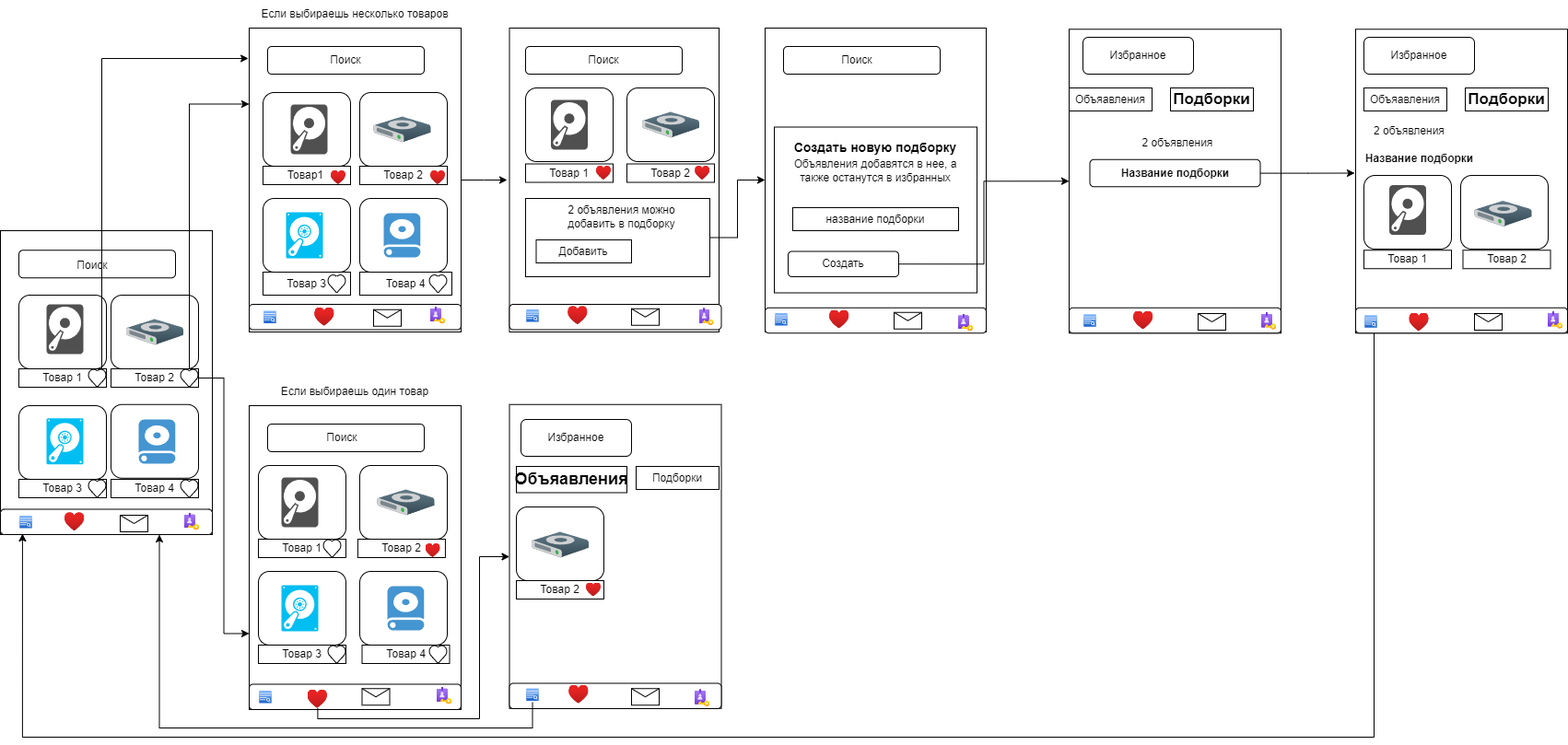
Above: Kucher_Maxim/Task2.png in abdullahproff/BSA21_1 (draw.io), before the change. Source tidied: cells renumbered, new cells last; positions are measured from the earlier drawing's top-left corner, leaving out a move shared by most shapes.
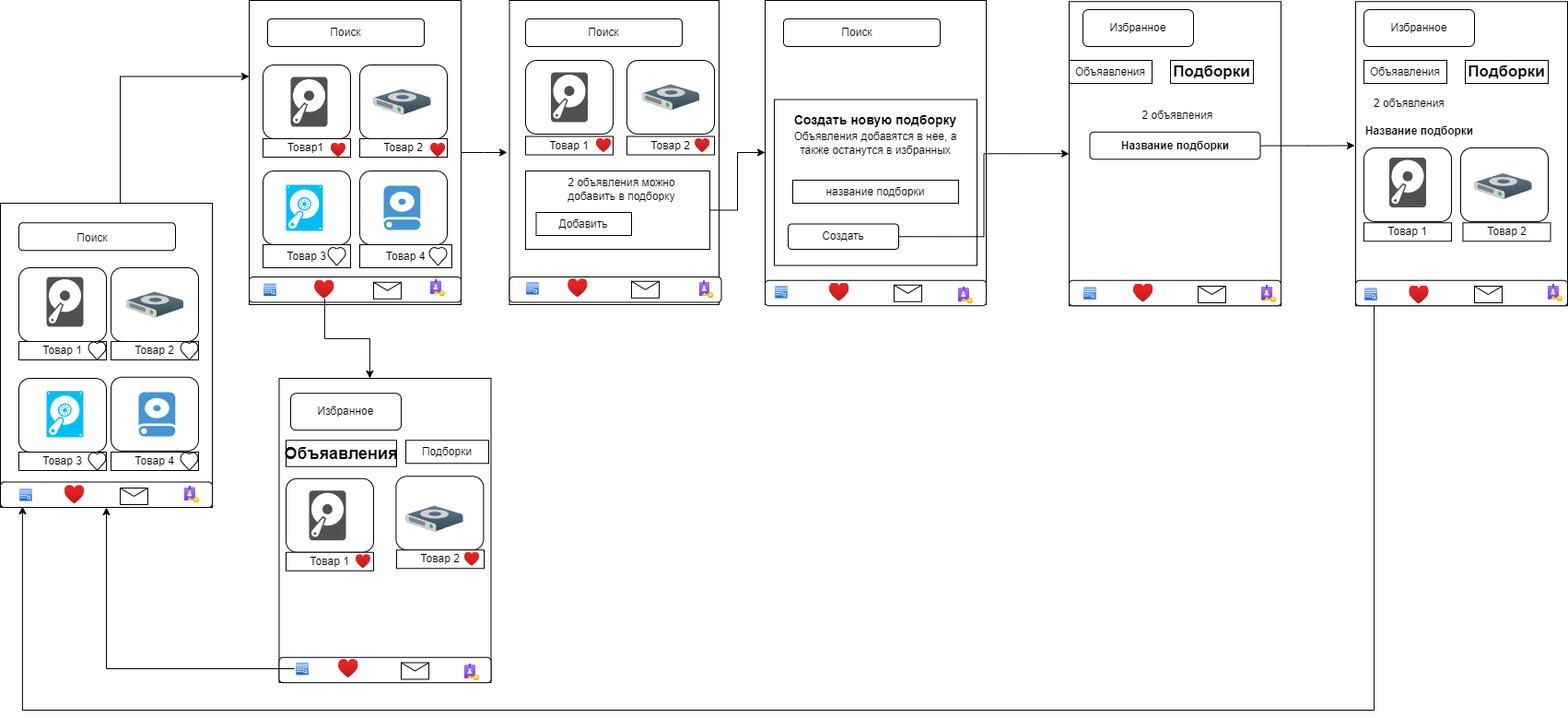
After the commit.

What changed in the source:
```diff
@@ -190,139 +190,47 @@
     <mxCell id="63" style="image;html=1;align=center;fontSize=12;image=img/lib/azure2/identity/PIM.svg;" parent="1" vertex="1">
       <mxGeometry x="1369.1" y="339.5" width="15.9" height="18" as="geometry" />
     </mxCell>
-    <mxCell id="64" style="rounded=0;whiteSpace=wrap;html=1;" parent="1" vertex="1">
-      <mxGeometry x="270" y="440" width="230" height="330" as="geometry" />
-    </mxCell>
-    <mxCell id="65" style="rounded=1;whiteSpace=wrap;html=1;" parent="1" vertex="1">
-      <mxGeometry x="290" y="460" width="170" height="30" as="geometry" />
-    </mxCell>
-    <mxCell id="66" value="Поиск" style="text;html=1;align=center;verticalAlign=middle;whiteSpace=wrap;rounded=0;" parent="1" vertex="1">
-      <mxGeometry x="341.2" y="460" width="60" height="30" as="geometry" />
-    </mxCell>
-    <mxCell id="67" style="rounded=1;whiteSpace=wrap;html=1;" parent="1" vertex="1">
-      <mxGeometry x="280" y="505" width="95" height="80" as="geometry" />
-    </mxCell>
-    <mxCell id="68" style="rounded=1;whiteSpace=wrap;html=1;" parent="1" vertex="1">
-      <mxGeometry x="390" y="505" width="95" height="80" as="geometry" />
-    </mxCell>
-    <mxCell id="69" style="rounded=1;whiteSpace=wrap;html=1;" parent="1" vertex="1">
-      <mxGeometry x="280" y="620" width="95" height="80" as="geometry" />
-    </mxCell>
-    <mxCell id="70" style="rounded=1;whiteSpace=wrap;html=1;" parent="1" vertex="1">
-      <mxGeometry x="390" y="620" width="95" height="80" as="geometry" />
-    </mxCell>
-    <mxCell id="71" value="Товар 1" style="rounded=0;whiteSpace=wrap;html=1;" parent="1" vertex="1">
-      <mxGeometry x="280" y="585" width="95" height="20" as="geometry" />
-    </mxCell>
-    <mxCell id="72" value="Товар 2" style="rounded=0;whiteSpace=wrap;html=1;" parent="1" vertex="1">
-      <mxGeometry x="387.9" y="585" width="95" height="20" as="geometry" />
-    </mxCell>
-    <mxCell id="73" value="Товар 3" style="rounded=0;whiteSpace=wrap;html=1;" parent="1" vertex="1">
-      <mxGeometry x="280" y="700" width="95" height="20" as="geometry" />
-    </mxCell>
-    <mxCell id="74" value="Товар 4" style="rounded=0;whiteSpace=wrap;html=1;" parent="1" vertex="1">
-      <mxGeometry x="392.5" y="700" width="95" height="20" as="geometry" />
-    </mxCell>
-    <mxCell id="75" style="sketch=0;shadow=0;dashed=0;html=1;strokeColor=none;fillColor=#505050;labelPosition=center;verticalLabelPosition=bottom;verticalAlign=top;align=center;shape=mxgraph.office.devices.hard_disk;" parent="1" vertex="1">
-      <mxGeometry x="305" y="518" width="40" height="54" as="geometry" />
-    </mxCell>
-    <mxCell id="76" style="shadow=0;dashed=0;html=1;labelPosition=center;verticalLabelPosition=bottom;verticalAlign=top;align=center;shape=mxgraph.veeam.3d.hard_drive;fillColor=#637D8A;gradientColor=#324752;strokeColor=none;" parent="1" vertex="1">
-      <mxGeometry x="409" y="531" width="62" height="28" as="geometry" />
-    </mxCell>
-    <mxCell id="77" style="verticalLabelPosition=bottom;html=1;verticalAlign=top;align=center;strokeColor=none;fillColor=#00BEF2;shape=mxgraph.azure.vhd;" parent="1" vertex="1">
-      <mxGeometry x="305" y="635" width="40" height="50" as="geometry" />
-    </mxCell>
-    <mxCell id="78" style="shadow=0;dashed=0;html=1;strokeColor=none;fillColor=#4495D1;labelPosition=center;verticalLabelPosition=bottom;verticalAlign=top;align=center;shape=mxgraph.veeam.2d.hard_drive;" parent="1" vertex="1">
-      <mxGeometry x="420" y="636" width="40" height="48" as="geometry" />
-    </mxCell>
-    <mxCell id="79" style="rounded=1;whiteSpace=wrap;html=1;" parent="1" vertex="1">
-      <mxGeometry x="270" y="742.5" width="230" height="27.5" as="geometry" />
-    </mxCell>
-    <mxCell id="80" style="verticalLabelPosition=bottom;verticalAlign=top;html=1;shadow=0;dashed=0;strokeWidth=1;shape=mxgraph.ios.iSortFindIcon;fillColor=#8BbEff;fillColor2=#135Ec8;strokeColor=#ffffff;sketch=0;" parent="1" vertex="1">
-      <mxGeometry x="280" y="748.8" width="15" height="15" as="geometry" />
-    </mxCell>
-    <mxCell id="81" style="edgeStyle=orthogonalEdgeStyle;rounded=0;jettySize=auto;html=1;" parent="1" edge="1" source="82" target="90">
-      <mxGeometry relative="1" as="geometry">
-        <Array as="points">
-          <mxPoint x="344" y="780" />
-          <mxPoint x="520" y="780" />
-          <mxPoint x="520" y="604" />
-        </Array>
-      </mxGeometry>
-    </mxCell>
-    <mxCell id="82" style="image;html=1;points=[];align=center;fontSize=12;image=img/lib/azure2/general/Heart.svg;" parent="1" vertex="1">
-      <mxGeometry x="333.7" y="748.8" width="21.3" height="20" as="geometry" />
-    </mxCell>
-    <mxCell id="83" style="shape=message;html=1;html=1;labelPosition=center;verticalLabelPosition=bottom;align=center;verticalAlign=top;" parent="1" vertex="1">
-      <mxGeometry x="392.5" y="747.2" width="30" height="18" as="geometry" />
-    </mxCell>
-    <mxCell id="84" style="image;html=1;align=center;fontSize=12;image=img/lib/azure2/identity/PIM.svg;" parent="1" vertex="1">
-      <mxGeometry x="474.1" y="746.2" width="15.9" height="18" as="geometry" />
-    </mxCell>
-    <mxCell id="85" style="verticalLabelPosition=bottom;verticalAlign=top;html=1;shape=mxgraph.basic.heart;" parent="1" vertex="1">
-      <mxGeometry x="355" y="700" width="20" height="20" as="geometry" />
-    </mxCell>
-    <mxCell id="86" style="verticalLabelPosition=bottom;verticalAlign=top;html=1;shape=mxgraph.basic.heart;" parent="1" vertex="1">
-      <mxGeometry x="465" y="700" width="20" height="20" as="geometry" />
-    </mxCell>
-    <mxCell id="87" style="verticalLabelPosition=bottom;verticalAlign=top;html=1;shape=mxgraph.basic.heart;" parent="1" vertex="1">
-      <mxGeometry x="350" y="585" width="20" height="20" as="geometry" />
-    </mxCell>
-    <mxCell id="88" value="Если выбираешь несколько товаров" style="text;html=1;align=center;verticalAlign=middle;whiteSpace=wrap;rounded=0;" parent="1" vertex="1">
-      <mxGeometry x="270" width="230" height="30" as="geometry" />
-    </mxCell>
-    <mxCell id="89" value="Если выбираешь один товар" style="text;html=1;align=center;verticalAlign=middle;whiteSpace=wrap;rounded=0;" parent="1" vertex="1">
-      <mxGeometry x="270" y="410" width="230" height="30" as="geometry" />
-    </mxCell>
     <mxCell id="90" style="rounded=0;whiteSpace=wrap;html=1;" parent="1" vertex="1">
-      <mxGeometry x="552.5" y="438.8" width="230" height="330" as="geometry" />
+      <mxGeometry x="302.5" y="440" width="230" height="330" as="geometry" />
     </mxCell>
     <mxCell id="91" value="Избранное" style="rounded=1;whiteSpace=wrap;html=1;" parent="1" vertex="1">
-      <mxGeometry x="565" y="455" width="120" height="40" as="geometry" />
+      <mxGeometry x="315" y="456.2" width="120" height="40" as="geometry" />
     </mxCell>
     <mxCell id="92" value="&lt;font style=&quot;font-size: 18px;&quot;&gt;&lt;b&gt;Объяавления&lt;/b&gt;&lt;/font&gt;" style="rounded=0;whiteSpace=wrap;html=1;" parent="1" vertex="1">
-      <mxGeometry x="560" y="506" width="120" height="28.5" as="geometry" />
+      <mxGeometry x="310" y="507.2" width="120" height="28.5" as="geometry" />
     </mxCell>
     <mxCell id="93" value="&lt;font style=&quot;font-size: 12px;&quot;&gt;Подборки&lt;/font&gt;" style="rounded=0;whiteSpace=wrap;html=1;" parent="1" vertex="1">
-      <mxGeometry x="690" y="506" width="90" height="25" as="geometry" />
+      <mxGeometry x="440" y="507.2" width="90" height="25" as="geometry" />
     </mxCell>
     <mxCell id="94" style="rounded=1;whiteSpace=wrap;html=1;" parent="1" vertex="1">
-      <mxGeometry x="560" y="550" width="95" height="80" as="geometry" />
+      <mxGeometry x="429.4" y="546.2" width="95" height="80" as="geometry" />
     </mxCell>
     <mxCell id="95" value="Товар 2" style="rounded=0;whiteSpace=wrap;html=1;" parent="1" vertex="1">
-      <mxGeometry x="560" y="630" width="95" height="20" as="geometry" />
+      <mxGeometry x="430" y="626.2" width="95" height="20" as="geometry" />
     </mxCell>
     <mxCell id="96" style="shadow=0;dashed=0;html=1;labelPosition=center;verticalLabelPosition=bottom;verticalAlign=top;align=center;shape=mxgraph.veeam.3d.hard_drive;fillColor=#637D8A;gradientColor=#324752;strokeColor=none;" parent="1" vertex="1">
-      <mxGeometry x="576.5" y="577" width="62" height="28" as="geometry" />
+      <mxGeometry x="440" y="578.2" width="62" height="28" as="geometry" />
     </mxCell>
     <mxCell id="97" style="rounded=1;whiteSpace=wrap;html=1;" parent="1" vertex="1">
-      <mxGeometry x="552.5" y="741.5" width="230" height="27.5" as="geometry" />
+      <mxGeometry x="302.5" y="742.8" width="230" height="27.5" as="geometry" />
     </mxCell>
-    <mxCell id="98" style="edgeStyle=orthogonalEdgeStyle;rounded=0;jettySize=auto;html=1;entryX=0.75;entryY=1;entryDx=0;entryDy=0;" parent="1" edge="1" source="99" target="130">
-      <mxGeometry relative="1" as="geometry">
-        <Array as="points">
-          <mxPoint x="578" y="790" />
-          <mxPoint x="173" y="790" />
-        </Array>
-      </mxGeometry>
-    </mxCell>
+    <mxCell id="162" style="edgeStyle=orthogonalEdgeStyle;rounded=0;jettySize=auto;html=1;" parent="1" edge="1" source="99" target="109">
+      <mxGeometry relative="1" as="geometry" />
+    </mxCell>
     <mxCell id="99" style="verticalLabelPosition=bottom;verticalAlign=top;html=1;shadow=0;dashed=0;strokeWidth=1;shape=mxgraph.ios.iSortFindIcon;fillColor=#8BbEff;fillColor2=#135Ec8;strokeColor=#ffffff;sketch=0;" parent="1" vertex="1">
-      <mxGeometry x="570" y="746.2" width="15" height="15" as="geometry" />
+      <mxGeometry x="320" y="747.5" width="15" height="15" as="geometry" />
     </mxCell>
     <mxCell id="100" style="image;html=1;align=center;fontSize=12;image=img/lib/azure2/general/Heart.svg;" parent="1" vertex="1">
-      <mxGeometry x="617.2" y="743.8" width="21.3" height="20" as="geometry" />
+      <mxGeometry x="367.2" y="745" width="21.3" height="20" as="geometry" />
     </mxCell>
     <mxCell id="101" style="shape=message;html=1;html=1;labelPosition=center;verticalLabelPosition=bottom;align=center;verticalAlign=top;" parent="1" vertex="1">
-      <mxGeometry x="685" y="747.2" width="30" height="18" as="geometry" />
+      <mxGeometry x="435" y="748.5" width="30" height="18" as="geometry" />
     </mxCell>
     <mxCell id="102" style="image;html=1;align=center;fontSize=12;image=img/lib/azure2/identity/PIM.svg;" parent="1" vertex="1">
-      <mxGeometry x="754.1" y="748.8" width="15.9" height="18" as="geometry" />
+      <mxGeometry x="504.1" y="750" width="15.9" height="18" as="geometry" />
     </mxCell>
-    <mxCell id="103" style="image;html=1;align=center;fontSize=12;image=img/lib/azure2/general/Heart.svg;" parent="1" vertex="1">
-      <mxGeometry x="461.6" y="590" width="16" height="15" as="geometry" />
-    </mxCell>
     <mxCell id="104" style="image;html=1;align=center;fontSize=12;image=img/lib/azure2/general/Heart.svg;" parent="1" vertex="1">
-      <mxGeometry x="636" y="632.5" width="16" height="15" as="geometry" />
+      <mxGeometry x="504" y="628.8" width="16" height="15" as="geometry" />
     </mxCell>
     <mxCell id="105" style="image;html=1;align=center;fontSize=12;image=img/lib/azure2/general/Heart.svg;" parent="1" vertex="1">
       <mxGeometry x="467.1" y="185" width="16" height="15" as="geometry" />
@@ -336,6 +244,13 @@
     <mxCell id="108" style="image;html=1;align=center;fontSize=12;image=img/lib/azure2/general/Heart.svg;" parent="1" vertex="1">
       <mxGeometry x="754.1" y="180" width="16" height="15" as="geometry" />
     </mxCell>
+    <mxCell id="163" style="edgeStyle=orthogonalEdgeStyle;rounded=0;jettySize=auto;html=1;entryX=0;entryY=0.25;entryDx=0;entryDy=0;" parent="1" edge="1" source="109" target="3">
+      <mxGeometry relative="1" as="geometry">
+        <Array as="points">
+          <mxPoint x="130" y="113" />
+        </Array>
+      </mxGeometry>
+    </mxCell>
     <mxCell id="109" style="rounded=0;whiteSpace=wrap;html=1;" parent="1" vertex="1">
       <mxGeometry y="250" width="230" height="330" as="geometry" />
     </mxCell>
@@ -372,16 +287,6 @@
     <mxCell id="120" style="verticalLabelPosition=bottom;verticalAlign=top;html=1;shape=mxgraph.basic.heart;" parent="1" vertex="1">
       <mxGeometry x="95" y="400" width="20" height="20" as="geometry" />
     </mxCell>
-    <mxCell id="121" style="edgeStyle=orthogonalEdgeStyle;rounded=0;jettySize=auto;html=1;entryX=0;entryY=0.25;entryDx=0;entryDy=0;" parent="1" edge="1" source="123" target="3">
-      <mxGeometry relative="1" as="geometry">
-        <Array as="points">
-          <mxPoint x="205" y="113" />
-        </Array>
-      </mxGeometry>
-    </mxCell>
-    <mxCell id="122" style="edgeStyle=orthogonalEdgeStyle;rounded=0;jettySize=auto;html=1;entryX=0;entryY=0.75;entryDx=0;entryDy=0;" parent="1" edge="1" source="123" target="64">
-      <mxGeometry relative="1" as="geometry" />
-    </mxCell>
     <mxCell id="123" style="verticalLabelPosition=bottom;verticalAlign=top;html=1;shape=mxgraph.basic.heart;" parent="1" vertex="1">
       <mxGeometry x="195" y="400" width="20" height="20" as="geometry" />
     </mxCell>
@@ -418,13 +323,6 @@
     <mxCell id="134" style="image;html=1;align=center;fontSize=12;image=img/lib/azure2/identity/PIM.svg;" parent="1" vertex="1">
       <mxGeometry x="200" y="557.2" width="15.9" height="18" as="geometry" />
     </mxCell>
-    <mxCell id="135" style="edgeStyle=orthogonalEdgeStyle;rounded=0;jettySize=auto;html=1;entryX=-0.004;entryY=0.1;entryDx=0;entryDy=0;entryPerimeter=0;" parent="1" edge="1" source="120" target="3">
-      <mxGeometry relative="1" as="geometry">
-        <Array as="points">
-          <mxPoint x="110" y="63" />
-        </Array>
-      </mxGeometry>
-    </mxCell>
     <mxCell id="136" style="edgeStyle=orthogonalEdgeStyle;rounded=0;jettySize=auto;html=1;entryX=0.104;entryY=0.964;entryDx=0;entryDy=0;entryPerimeter=0;exitX=0.6;exitY=0.533;exitDx=0;exitDy=0;exitPerimeter=0;" parent="1" edge="1" source="148" target="130">
       <mxGeometry relative="1" as="geometry">
         <Array as="points">
@@ -511,5 +409,20 @@
     <mxCell id="161" style="image;html=1;align=center;fontSize=12;image=img/lib/azure2/identity/PIM.svg;" parent="1" vertex="1">
       <mxGeometry x="1040" y="341" width="15.9" height="18" as="geometry" />
     </mxCell>
+    <mxCell id="164" style="rounded=1;whiteSpace=wrap;html=1;" parent="1" vertex="1">
+      <mxGeometry x="310" y="548.8" width="95" height="80" as="geometry" />
+    </mxCell>
+    <mxCell id="71" value="Товар 1" style="rounded=0;whiteSpace=wrap;html=1;" parent="1" vertex="1">
+      <mxGeometry x="310" y="628.8" width="95" height="20" as="geometry" />
+    </mxCell>
+    <mxCell id="165" style="image;html=1;align=center;fontSize=12;image=img/lib/azure2/general/Heart.svg;" parent="1" vertex="1">
+      <mxGeometry x="386" y="631.2" width="16" height="15" as="geometry" />
+    </mxCell>
+    <mxCell id="166" style="sketch=0;shadow=0;dashed=0;html=1;strokeColor=none;fillColor=#505050;labelPosition=center;verticalLabelPosition=bottom;verticalAlign=top;align=center;shape=mxgraph.office.devices.hard_disk;" parent="1" vertex="1">
+      <mxGeometry x="335" y="561.8" width="40" height="54" as="geometry" />
+    </mxCell>
+    <mxCell id="167" style="edgeStyle=orthogonalEdgeStyle;rounded=0;jettySize=auto;html=1;entryX=0.428;entryY=0;entryDx=0;entryDy=0;entryPerimeter=0;" parent="1" edge="1" source="23" target="90">
+      <mxGeometry relative="1" as="geometry" />
+    </mxCell>
   </root>
 </mxGraphModel>
```
